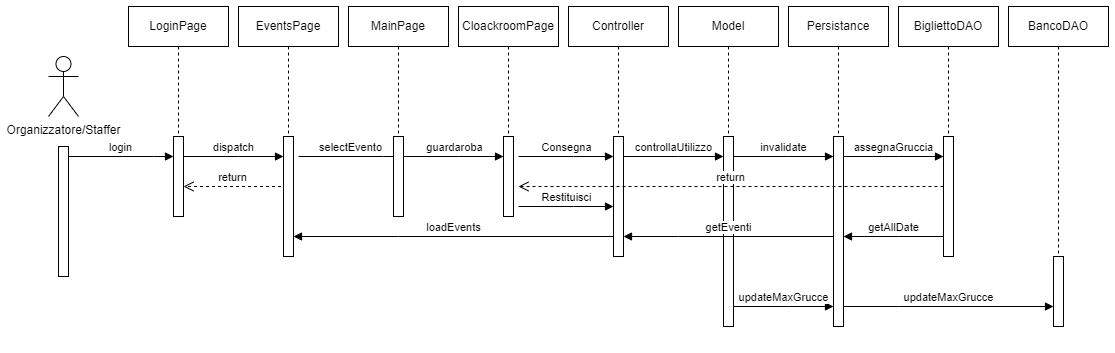
Before: Documentazione/Diagrammi/Draw.io/images/bancoGuardaroba.png, a diagram exported from draw.io (IngSW-unipv/Progetto-H25). Source tidied: cells renumbered, new cells last; positions are measured from the earlier drawing's top-left corner, leaving out a move shared by most shapes. Its diagram source:
```xml
<mxGraphModel>
  <root>
    <mxCell id="0" />
    <mxCell id="1" parent="0" />
    <mxCell id="2" value="Organizzatore/Staffer" style="shape=umlActor;verticalLabelPosition=bottom;verticalAlign=top;html=1;" parent="1" vertex="1">
      <mxGeometry y="50" width="30" height="60" as="geometry" />
    </mxCell>
    <mxCell id="3" style="html=1;perimeter=orthogonalPerimeter;targetShapes=umlLifeline;newEdgeStyle={&quot;curved&quot;:0,&quot;rounded&quot;:0};" parent="1" vertex="1">
      <mxGeometry x="10" y="140" width="10" height="130" as="geometry" />
    </mxCell>
    <mxCell id="4" value="login" style="html=1;verticalAlign=bottom;endArrow=block;edgeStyle=elbowEdgeStyle;elbow=vertical;curved=0;rounded=0;" parent="1" edge="1">
      <mxGeometry relative="1" as="geometry">
        <mxPoint x="20" y="150" as="sourcePoint" />
        <mxPoint x="125" y="150" as="targetPoint" />
        <Array as="points">
          <mxPoint x="105" y="150" />
        </Array>
      </mxGeometry>
    </mxCell>
    <mxCell id="5" style="group;" parent="1" vertex="1">
      <mxGeometry x="80" width="100" height="210" as="geometry" />
    </mxCell>
    <mxCell id="6" value="LoginPage" style="shape=umlLifeline;perimeter=lifelinePerimeter;whiteSpace=wrap;html=1;newEdgeStyle={&quot;edgeStyle&quot;:&quot;elbowEdgeStyle&quot;,&quot;elbow&quot;:&quot;vertical&quot;,&quot;curved&quot;:0,&quot;rounded&quot;:0};" parent="5" vertex="1">
      <mxGeometry width="100" height="210" as="geometry" />
    </mxCell>
    <mxCell id="7" style="html=1;points=[[0,0,0,0,5],[0,1,0,0,-5],[1,0,0,0,5],[1,1,0,0,-5]];perimeter=orthogonalPerimeter;outlineConnect=0;targetShapes=umlLifeline;portConstraint=eastwest;newEdgeStyle={&quot;curved&quot;:0,&quot;rounded&quot;:0};" parent="5" vertex="1">
      <mxGeometry x="45" y="130" width="10" height="80" as="geometry" />
    </mxCell>
    <mxCell id="8" value="return" style="html=1;verticalAlign=bottom;endArrow=open;dashed=1;endSize=8;curved=0;rounded=0;entryX=1.5;entryY=0.625;entryDx=0;entryDy=0;entryPerimeter=0;" parent="5" edge="1">
      <mxGeometry relative="1" as="geometry">
        <mxPoint x="152.5" y="180" as="sourcePoint" />
        <mxPoint x="55" y="180" as="targetPoint" />
      </mxGeometry>
    </mxCell>
    <mxCell id="9" value="dispatch" style="html=1;verticalAlign=bottom;endArrow=block;edgeStyle=elbowEdgeStyle;elbow=vertical;curved=0;rounded=0;" parent="1" edge="1" source="7" target="12">
      <mxGeometry relative="1" as="geometry">
        <Array as="points">
          <mxPoint x="190" y="150" />
        </Array>
      </mxGeometry>
    </mxCell>
    <mxCell id="10" style="group;" parent="1" vertex="1">
      <mxGeometry x="190" width="100" height="270" as="geometry" />
    </mxCell>
    <mxCell id="11" value="EventsPage" style="shape=umlLifeline;perimeter=lifelinePerimeter;whiteSpace=wrap;html=1;newEdgeStyle={&quot;edgeStyle&quot;:&quot;elbowEdgeStyle&quot;,&quot;elbow&quot;:&quot;vertical&quot;,&quot;curved&quot;:0,&quot;rounded&quot;:0};" parent="10" vertex="1">
      <mxGeometry width="100" height="210" as="geometry" />
    </mxCell>
    <mxCell id="12" style="html=1;points=[[0,0,0,0,5],[0,1,0,0,-5],[1,0,0,0,5],[1,1,0,0,-5]];perimeter=orthogonalPerimeter;outlineConnect=0;targetShapes=umlLifeline;portConstraint=eastwest;newEdgeStyle={&quot;curved&quot;:0,&quot;rounded&quot;:0};" parent="10" vertex="1">
      <mxGeometry x="45" y="130" width="10" height="120" as="geometry" />
    </mxCell>
    <mxCell id="13" value="selectEvento" style="html=1;verticalAlign=bottom;endArrow=block;edgeStyle=elbowEdgeStyle;elbow=vertical;curved=0;rounded=0;" parent="1" edge="1">
      <mxGeometry relative="1" as="geometry">
        <mxPoint x="250" y="150" as="sourcePoint" />
        <mxPoint x="355" y="150" as="targetPoint" />
        <Array as="points">
          <mxPoint x="335" y="150" />
        </Array>
      </mxGeometry>
    </mxCell>
    <mxCell id="14" style="group;" parent="1" vertex="1">
      <mxGeometry x="300" width="100" height="210" as="geometry" />
    </mxCell>
    <mxCell id="15" value="MainPage" style="shape=umlLifeline;perimeter=lifelinePerimeter;whiteSpace=wrap;html=1;newEdgeStyle={&quot;edgeStyle&quot;:&quot;elbowEdgeStyle&quot;,&quot;elbow&quot;:&quot;vertical&quot;,&quot;curved&quot;:0,&quot;rounded&quot;:0};" parent="14" vertex="1">
      <mxGeometry width="100" height="210" as="geometry" />
    </mxCell>
    <mxCell id="16" style="html=1;points=[[0,0,0,0,5],[0,1,0,0,-5],[1,0,0,0,5],[1,1,0,0,-5]];perimeter=orthogonalPerimeter;outlineConnect=0;targetShapes=umlLifeline;portConstraint=eastwest;newEdgeStyle={&quot;curved&quot;:0,&quot;rounded&quot;:0};" parent="14" vertex="1">
      <mxGeometry x="45" y="130" width="10" height="80" as="geometry" />
    </mxCell>
    <mxCell id="17" value="guardaroba" style="html=1;verticalAlign=bottom;endArrow=block;edgeStyle=elbowEdgeStyle;elbow=vertical;curved=0;rounded=0;" parent="1" edge="1" source="16" target="41">
      <mxGeometry x="0.01" relative="1" as="geometry">
        <Array as="points">
          <mxPoint x="410" y="150" />
        </Array>
      </mxGeometry>
    </mxCell>
    <mxCell id="18" style="group;" parent="1" vertex="1">
      <mxGeometry x="520" width="100" height="260" as="geometry" />
    </mxCell>
    <mxCell id="19" value="Controller" style="shape=umlLifeline;perimeter=lifelinePerimeter;whiteSpace=wrap;html=1;newEdgeStyle={&quot;edgeStyle&quot;:&quot;elbowEdgeStyle&quot;,&quot;elbow&quot;:&quot;vertical&quot;,&quot;curved&quot;:0,&quot;rounded&quot;:0};" parent="18" vertex="1">
      <mxGeometry width="100" height="210" as="geometry" />
    </mxCell>
    <mxCell id="20" style="html=1;points=[[0,0,0,0,5],[0,1,0,0,-5],[1,0,0,0,5],[1,1,0,0,-5]];perimeter=orthogonalPerimeter;outlineConnect=0;targetShapes=umlLifeline;portConstraint=eastwest;newEdgeStyle={&quot;curved&quot;:0,&quot;rounded&quot;:0};" parent="18" vertex="1">
      <mxGeometry x="45" y="130" width="10" height="120" as="geometry" />
    </mxCell>
    <mxCell id="21" value="Restituisci" style="html=1;verticalAlign=bottom;endArrow=block;edgeStyle=elbowEdgeStyle;elbow=vertical;curved=0;rounded=0;" parent="18" edge="1">
      <mxGeometry relative="1" as="geometry">
        <mxPoint x="-50" y="200" as="sourcePoint" />
        <mxPoint x="45" y="200" as="targetPoint" />
        <Array as="points">
          <mxPoint x="5" y="200" />
        </Array>
      </mxGeometry>
    </mxCell>
    <mxCell id="22" style="group;" parent="1" vertex="1">
      <mxGeometry x="630" width="100" height="340" as="geometry" />
    </mxCell>
    <mxCell id="23" value="Model" style="shape=umlLifeline;perimeter=lifelinePerimeter;whiteSpace=wrap;html=1;newEdgeStyle={&quot;edgeStyle&quot;:&quot;elbowEdgeStyle&quot;,&quot;elbow&quot;:&quot;vertical&quot;,&quot;curved&quot;:0,&quot;rounded&quot;:0};" parent="22" vertex="1">
      <mxGeometry width="100" height="210" as="geometry" />
    </mxCell>
    <mxCell id="24" style="html=1;perimeter=orthogonalPerimeter;targetShapes=umlLifeline;newEdgeStyle={&quot;curved&quot;:0,&quot;rounded&quot;:0};" parent="22" vertex="1">
      <mxGeometry x="45" y="130" width="10" height="190" as="geometry" />
    </mxCell>
    <mxCell id="25" value="controllaUtilizzo" style="html=1;verticalAlign=bottom;endArrow=block;edgeStyle=elbowEdgeStyle;elbow=vertical;curved=0;rounded=0;" parent="22" edge="1">
      <mxGeometry relative="1" as="geometry">
        <mxPoint x="-55" y="150" as="sourcePoint" />
        <mxPoint x="45" y="150" as="targetPoint" />
        <Array as="points">
          <mxPoint y="150" />
        </Array>
      </mxGeometry>
    </mxCell>
    <mxCell id="26" value="updateMaxGrucce" style="html=1;verticalAlign=bottom;endArrow=block;edgeStyle=elbowEdgeStyle;elbow=horizontal;curved=0;rounded=0;" parent="22" edge="1">
      <mxGeometry relative="1" as="geometry">
        <mxPoint x="55" y="300" as="sourcePoint" />
        <mxPoint x="155" y="300" as="targetPoint" />
        <Array as="points">
          <mxPoint x="110" y="300" />
        </Array>
      </mxGeometry>
    </mxCell>
    <mxCell id="27" style="group;" parent="1" vertex="1">
      <mxGeometry x="740" width="100" height="340" as="geometry" />
    </mxCell>
    <mxCell id="28" value="Persistance" style="shape=umlLifeline;perimeter=lifelinePerimeter;whiteSpace=wrap;html=1;newEdgeStyle={&quot;edgeStyle&quot;:&quot;elbowEdgeStyle&quot;,&quot;elbow&quot;:&quot;vertical&quot;,&quot;curved&quot;:0,&quot;rounded&quot;:0};" parent="27" vertex="1">
      <mxGeometry width="100" height="210" as="geometry" />
    </mxCell>
    <mxCell id="29" style="html=1;points=[[0,0,0,0,5],[0,1,0,0,-5],[1,0,0,0,5],[1,1,0,0,-5]];perimeter=orthogonalPerimeter;outlineConnect=0;targetShapes=umlLifeline;portConstraint=eastwest;newEdgeStyle={&quot;curved&quot;:0,&quot;rounded&quot;:0};" parent="27" vertex="1">
      <mxGeometry x="45" y="130" width="10" height="190" as="geometry" />
    </mxCell>
    <mxCell id="30" value="invalidate" style="html=1;verticalAlign=bottom;endArrow=block;edgeStyle=elbowEdgeStyle;elbow=vertical;curved=0;rounded=0;" parent="27" edge="1">
      <mxGeometry relative="1" as="geometry">
        <mxPoint x="-55" y="150" as="sourcePoint" />
        <mxPoint x="45" y="150" as="targetPoint" />
        <Array as="points">
          <mxPoint y="150" />
        </Array>
      </mxGeometry>
    </mxCell>
    <mxCell id="31" value="updateMaxGrucce" style="html=1;verticalAlign=bottom;endArrow=block;edgeStyle=elbowEdgeStyle;elbow=horizontal;curved=0;rounded=0;" parent="27" edge="1" target="45">
      <mxGeometry relative="1" as="geometry">
        <mxPoint x="55" y="300" as="sourcePoint" />
        <Array as="points">
          <mxPoint x="110" y="300" />
        </Array>
      </mxGeometry>
    </mxCell>
    <mxCell id="32" style="group;" parent="1" vertex="1">
      <mxGeometry x="850" width="100" height="270" as="geometry" />
    </mxCell>
    <mxCell id="33" value="BigliettoDAO" style="shape=umlLifeline;perimeter=lifelinePerimeter;whiteSpace=wrap;html=1;newEdgeStyle={&quot;edgeStyle&quot;:&quot;elbowEdgeStyle&quot;,&quot;elbow&quot;:&quot;vertical&quot;,&quot;curved&quot;:0,&quot;rounded&quot;:0};" parent="32" vertex="1">
      <mxGeometry width="100" height="210" as="geometry" />
    </mxCell>
    <mxCell id="34" style="html=1;points=[[0,0,0,0,5],[0,1,0,0,-5],[1,0,0,0,5],[1,1,0,0,-5]];perimeter=orthogonalPerimeter;outlineConnect=0;targetShapes=umlLifeline;portConstraint=eastwest;newEdgeStyle={&quot;curved&quot;:0,&quot;rounded&quot;:0};" parent="32" vertex="1">
      <mxGeometry x="45" y="130" width="10" height="120" as="geometry" />
    </mxCell>
    <mxCell id="35" value="assegnaGruccia" style="html=1;verticalAlign=bottom;endArrow=block;edgeStyle=elbowEdgeStyle;elbow=vertical;curved=0;rounded=0;" parent="32" edge="1">
      <mxGeometry relative="1" as="geometry">
        <mxPoint x="-55" y="150" as="sourcePoint" />
        <mxPoint x="45" y="150" as="targetPoint" />
        <Array as="points">
          <mxPoint y="150" />
        </Array>
      </mxGeometry>
    </mxCell>
    <mxCell id="36" value="loadEvents" style="html=1;verticalAlign=bottom;endArrow=block;edgeStyle=elbowEdgeStyle;elbow=vertical;curved=0;rounded=0;" parent="1" edge="1" source="20" target="12">
      <mxGeometry relative="1" as="geometry">
        <Array as="points">
          <mxPoint x="350" y="230" />
        </Array>
      </mxGeometry>
    </mxCell>
    <mxCell id="37" value="getEventi" style="html=1;verticalAlign=bottom;endArrow=block;edgeStyle=elbowEdgeStyle;elbow=vertical;curved=0;rounded=0;" parent="1" edge="1" source="29" target="20">
      <mxGeometry relative="1" as="geometry">
        <Array as="points">
          <mxPoint x="630" y="230" />
        </Array>
      </mxGeometry>
    </mxCell>
    <mxCell id="38" value="getAllDate" style="html=1;verticalAlign=bottom;endArrow=block;edgeStyle=elbowEdgeStyle;elbow=vertical;curved=0;rounded=0;" parent="1" edge="1" source="34" target="29">
      <mxGeometry relative="1" as="geometry">
        <Array as="points">
          <mxPoint x="850" y="230" />
        </Array>
      </mxGeometry>
    </mxCell>
    <mxCell id="39" style="group;" parent="1" vertex="1">
      <mxGeometry x="410" width="100" height="260" as="geometry" />
    </mxCell>
    <mxCell id="40" value="CloackroomPage" style="shape=umlLifeline;perimeter=lifelinePerimeter;whiteSpace=wrap;html=1;newEdgeStyle={&quot;edgeStyle&quot;:&quot;elbowEdgeStyle&quot;,&quot;elbow&quot;:&quot;vertical&quot;,&quot;curved&quot;:0,&quot;rounded&quot;:0};" parent="39" vertex="1">
      <mxGeometry width="100" height="210" as="geometry" />
    </mxCell>
    <mxCell id="41" style="html=1;points=[[0,0,0,0,5],[0,1,0,0,-5],[1,0,0,0,5],[1,1,0,0,-5]];perimeter=orthogonalPerimeter;outlineConnect=0;targetShapes=umlLifeline;portConstraint=eastwest;newEdgeStyle={&quot;curved&quot;:0,&quot;rounded&quot;:0};" parent="39" vertex="1">
      <mxGeometry x="45" y="130" width="10" height="80" as="geometry" />
    </mxCell>
    <mxCell id="42" value="Consegna" style="html=1;verticalAlign=bottom;endArrow=block;edgeStyle=elbowEdgeStyle;elbow=vertical;curved=0;rounded=0;" parent="39" edge="1" target="20">
      <mxGeometry relative="1" as="geometry">
        <mxPoint x="60" y="150" as="sourcePoint" />
        <Array as="points">
          <mxPoint x="115" y="150" />
        </Array>
      </mxGeometry>
    </mxCell>
    <mxCell id="43" style="group;" parent="1" vertex="1">
      <mxGeometry x="960" width="100" height="320" as="geometry" />
    </mxCell>
    <mxCell id="44" value="BancoDAO" style="shape=umlLifeline;perimeter=lifelinePerimeter;whiteSpace=wrap;html=1;newEdgeStyle={&quot;edgeStyle&quot;:&quot;elbowEdgeStyle&quot;,&quot;elbow&quot;:&quot;vertical&quot;,&quot;curved&quot;:0,&quot;rounded&quot;:0};" parent="43" vertex="1">
      <mxGeometry width="100" height="280" as="geometry" />
    </mxCell>
    <mxCell id="45" style="html=1;points=[[0,0,0,0,5],[0,1,0,0,-5],[1,0,0,0,5],[1,1,0,0,-5]];perimeter=orthogonalPerimeter;outlineConnect=0;targetShapes=umlLifeline;portConstraint=eastwest;newEdgeStyle={&quot;curved&quot;:0,&quot;rounded&quot;:0};" parent="43" vertex="1">
      <mxGeometry x="45" y="250" width="10" height="70" as="geometry" />
    </mxCell>
    <mxCell id="46" value="return" style="html=1;verticalAlign=bottom;endArrow=open;dashed=1;endSize=8;curved=0;rounded=0;entryX=1.5;entryY=0.625;entryDx=0;entryDy=0;entryPerimeter=0;" parent="1" edge="1" source="34" target="41">
      <mxGeometry relative="1" as="geometry" />
    </mxCell>
  </root>
</mxGraphModel>
```
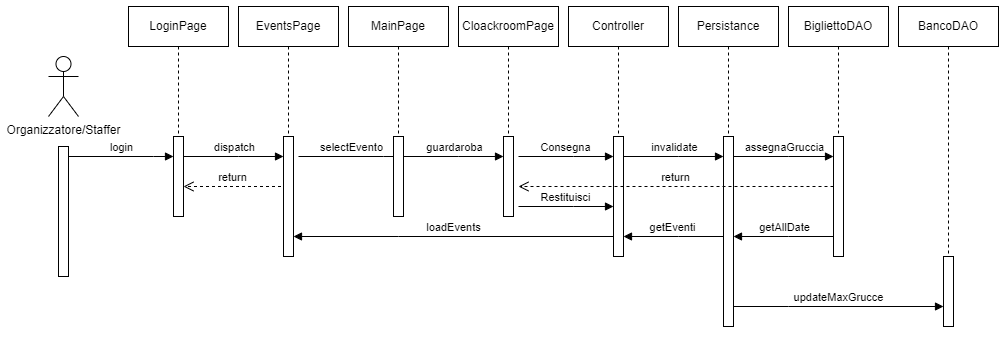
Later version of the same file.

The edit, as a diff of the source:
```diff
@@ -91,35 +91,8 @@
         </Array>
       </mxGeometry>
     </mxCell>
-    <mxCell id="22" style="group;" parent="1" vertex="1">
-      <mxGeometry x="630" width="100" height="340" as="geometry" />
-    </mxCell>
-    <mxCell id="23" value="Model" style="shape=umlLifeline;perimeter=lifelinePerimeter;whiteSpace=wrap;html=1;newEdgeStyle={&quot;edgeStyle&quot;:&quot;elbowEdgeStyle&quot;,&quot;elbow&quot;:&quot;vertical&quot;,&quot;curved&quot;:0,&quot;rounded&quot;:0};" parent="22" vertex="1">
-      <mxGeometry width="100" height="210" as="geometry" />
-    </mxCell>
-    <mxCell id="24" style="html=1;perimeter=orthogonalPerimeter;targetShapes=umlLifeline;newEdgeStyle={&quot;curved&quot;:0,&quot;rounded&quot;:0};" parent="22" vertex="1">
-      <mxGeometry x="45" y="130" width="10" height="190" as="geometry" />
-    </mxCell>
-    <mxCell id="25" value="controllaUtilizzo" style="html=1;verticalAlign=bottom;endArrow=block;edgeStyle=elbowEdgeStyle;elbow=vertical;curved=0;rounded=0;" parent="22" edge="1">
-      <mxGeometry relative="1" as="geometry">
-        <mxPoint x="-55" y="150" as="sourcePoint" />
-        <mxPoint x="45" y="150" as="targetPoint" />
-        <Array as="points">
-          <mxPoint y="150" />
-        </Array>
-      </mxGeometry>
-    </mxCell>
-    <mxCell id="26" value="updateMaxGrucce" style="html=1;verticalAlign=bottom;endArrow=block;edgeStyle=elbowEdgeStyle;elbow=horizontal;curved=0;rounded=0;" parent="22" edge="1">
-      <mxGeometry relative="1" as="geometry">
-        <mxPoint x="55" y="300" as="sourcePoint" />
-        <mxPoint x="155" y="300" as="targetPoint" />
-        <Array as="points">
-          <mxPoint x="110" y="300" />
-        </Array>
-      </mxGeometry>
-    </mxCell>
     <mxCell id="27" style="group;" parent="1" vertex="1">
-      <mxGeometry x="740" width="100" height="340" as="geometry" />
+      <mxGeometry x="630" width="100" height="340" as="geometry" />
     </mxCell>
     <mxCell id="28" value="Persistance" style="shape=umlLifeline;perimeter=lifelinePerimeter;whiteSpace=wrap;html=1;newEdgeStyle={&quot;edgeStyle&quot;:&quot;elbowEdgeStyle&quot;,&quot;elbow&quot;:&quot;vertical&quot;,&quot;curved&quot;:0,&quot;rounded&quot;:0};" parent="27" vertex="1">
       <mxGeometry width="100" height="210" as="geometry" />
@@ -145,7 +118,7 @@
       </mxGeometry>
     </mxCell>
     <mxCell id="32" style="group;" parent="1" vertex="1">
-      <mxGeometry x="850" width="100" height="270" as="geometry" />
+      <mxGeometry x="740" width="100" height="270" as="geometry" />
     </mxCell>
     <mxCell id="33" value="BigliettoDAO" style="shape=umlLifeline;perimeter=lifelinePerimeter;whiteSpace=wrap;html=1;newEdgeStyle={&quot;edgeStyle&quot;:&quot;elbowEdgeStyle&quot;,&quot;elbow&quot;:&quot;vertical&quot;,&quot;curved&quot;:0,&quot;rounded&quot;:0};" parent="32" vertex="1">
       <mxGeometry width="100" height="210" as="geometry" />
@@ -179,7 +152,7 @@
     <mxCell id="38" value="getAllDate" style="html=1;verticalAlign=bottom;endArrow=block;edgeStyle=elbowEdgeStyle;elbow=vertical;curved=0;rounded=0;" parent="1" edge="1" source="34" target="29">
       <mxGeometry relative="1" as="geometry">
         <Array as="points">
-          <mxPoint x="850" y="230" />
+          <mxPoint x="740" y="230" />
         </Array>
       </mxGeometry>
     </mxCell>
@@ -201,7 +174,7 @@
       </mxGeometry>
     </mxCell>
     <mxCell id="43" style="group;" parent="1" vertex="1">
-      <mxGeometry x="960" width="100" height="320" as="geometry" />
+      <mxGeometry x="850" width="100" height="320" as="geometry" />
     </mxCell>
     <mxCell id="44" value="BancoDAO" style="shape=umlLifeline;perimeter=lifelinePerimeter;whiteSpace=wrap;html=1;newEdgeStyle={&quot;edgeStyle&quot;:&quot;elbowEdgeStyle&quot;,&quot;elbow&quot;:&quot;vertical&quot;,&quot;curved&quot;:0,&quot;rounded&quot;:0};" parent="43" vertex="1">
       <mxGeometry width="100" height="280" as="geometry" />
```
